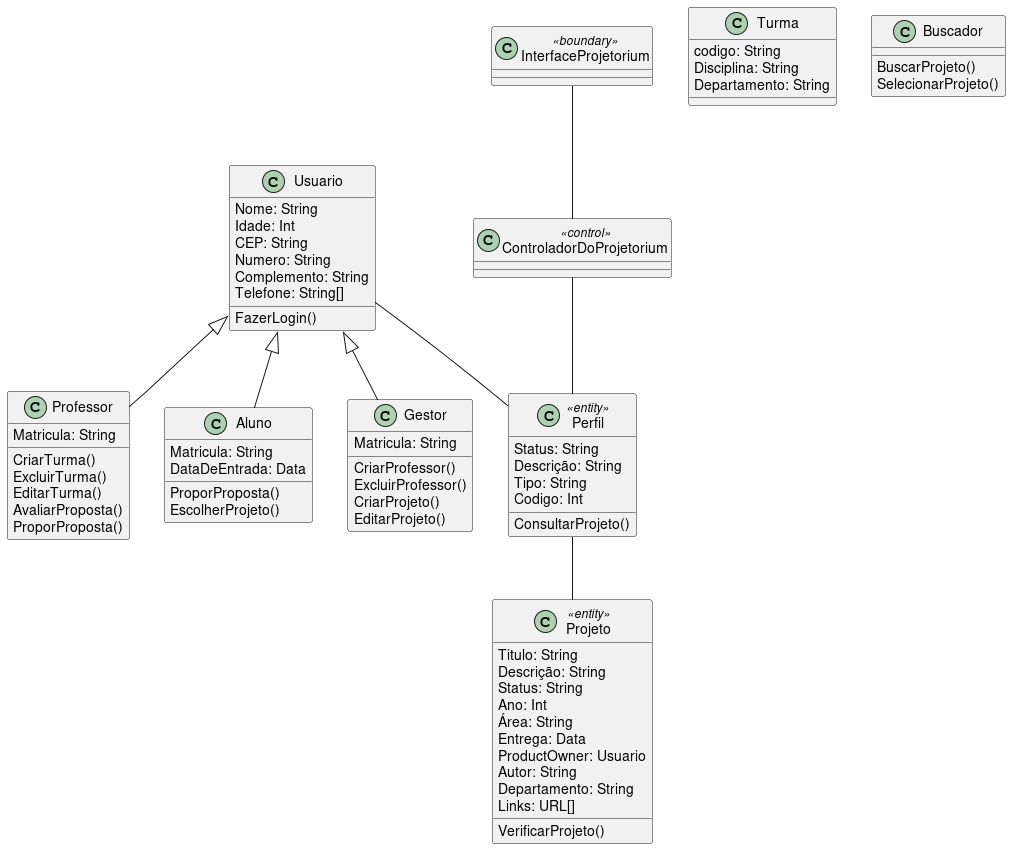
Before: diagramas/classe_projeto.png, a diagram exported from PlantUML (Pedro-V/projetorium).
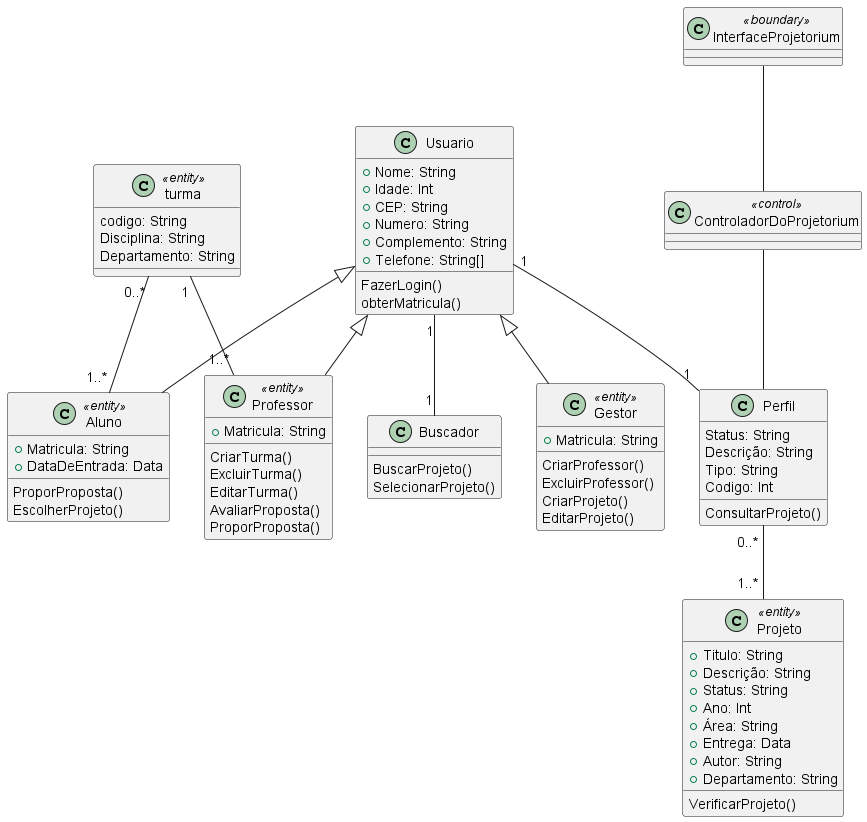
Later version of the same file.

Change to the diagram source:
```diff
@@ -1,12 +1,83 @@
-@startuml
+@startuml ClasseDeProjeto
 
-!include classes_comum.iuml
+    class Usuario{
+        +Nome: String
+        +Idade: Int
+        +CEP: String
+        +Numero: String
+        +Complemento: String
+        +Telefone: String[]
+        FazerLogin()
+        obterMatricula()
+    }
 
-class InterfaceProjetorium <<boundary>>
-class ControladorDoProjetorium <<control>>
+    class Professor <<entity>>{
+        +Matricula: String
+        CriarTurma()
+        ExcluirTurma()
+        EditarTurma()
+        AvaliarProposta()
+        ProporProposta()
+    }
 
-Usuario -- Perfil
-Perfil -- Projeto
-ControladorDoProjetorium -- Perfil
-InterfaceProjetorium -- ControladorDoProjetorium
+    class Aluno <<entity>>{
+        +Matricula: String
+        +DataDeEntrada: Data
+        ProporProposta()
+        EscolherProjeto()
+    }
+
+    class Gestor <<entity>>{
+        +Matricula: String
+        CriarProfessor()
+        ExcluirProfessor()
+        CriarProjeto()
+        EditarProjeto()
+    }
+
+    class Projeto <<entity>>{
+        +Titulo: String
+        +Descrição: String
+        +Status: String
+        +Ano: Int
+        +Área: String
+        +Entrega: Data
+        +Autor: String
+        +Departamento: String
+        VerificarProjeto()
+    }
+
+    class Perfil{
+        Status: String
+        Descrição: String
+        Tipo: String
+        Codigo: Int
+        ConsultarProjeto()
+    }
+
+    class turma <<entity>>{
+        codigo: String
+        Disciplina: String
+        Departamento: String
+    }
+
+    class Buscador {
+    BuscarProjeto()
+    SelecionarProjeto()
+}
+
+    class InterfaceProjetorium <<boundary>>
+    class ControladorDoProjetorium <<control>>
+
+    Usuario <|-- Professor
+    Usuario <|-- Aluno
+    Usuario <|-- Gestor
+    Usuario "1" -- "1" Buscador
+    Usuario "1" -- "1" Perfil
+    Perfil "0..* " -- "1..* " Projeto
+    ControladorDoProjetorium -- Perfil
+    InterfaceProjetorium -- ControladorDoProjetorium
+    turma "0..*" -- "1..* " Aluno
+    turma "1 "-- "1..*" Professor
+
 @enduml
```
